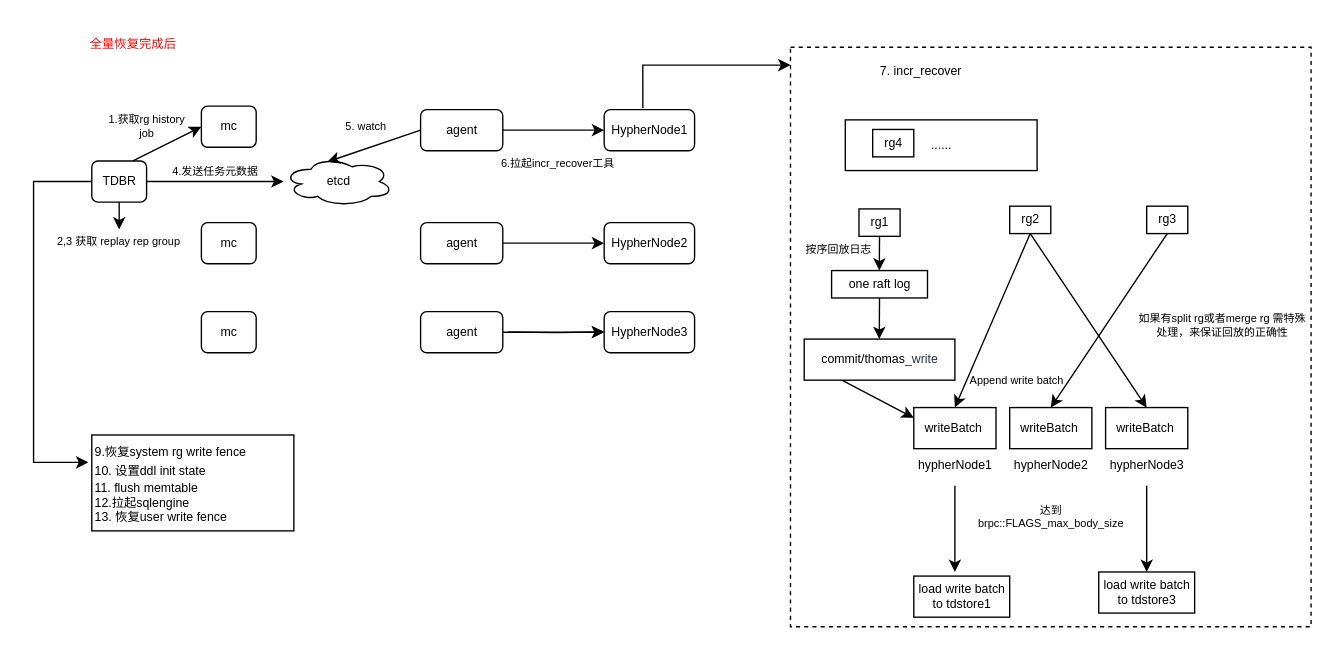
chuchugao2/graph keeps this draw.io diagram as page "增量恢复的总流程" (4 of 4) of 备份恢复.drawio. Above is the earlier version. Source tidied: cells renumbered, new cells numbered last; positions are measured from the earlier drawing's top-left corner, leaving out a move shared by most shapes. Both pictures are drawn from the tidied source at 137%, with x=0, y=0 at pixel (33, 23).
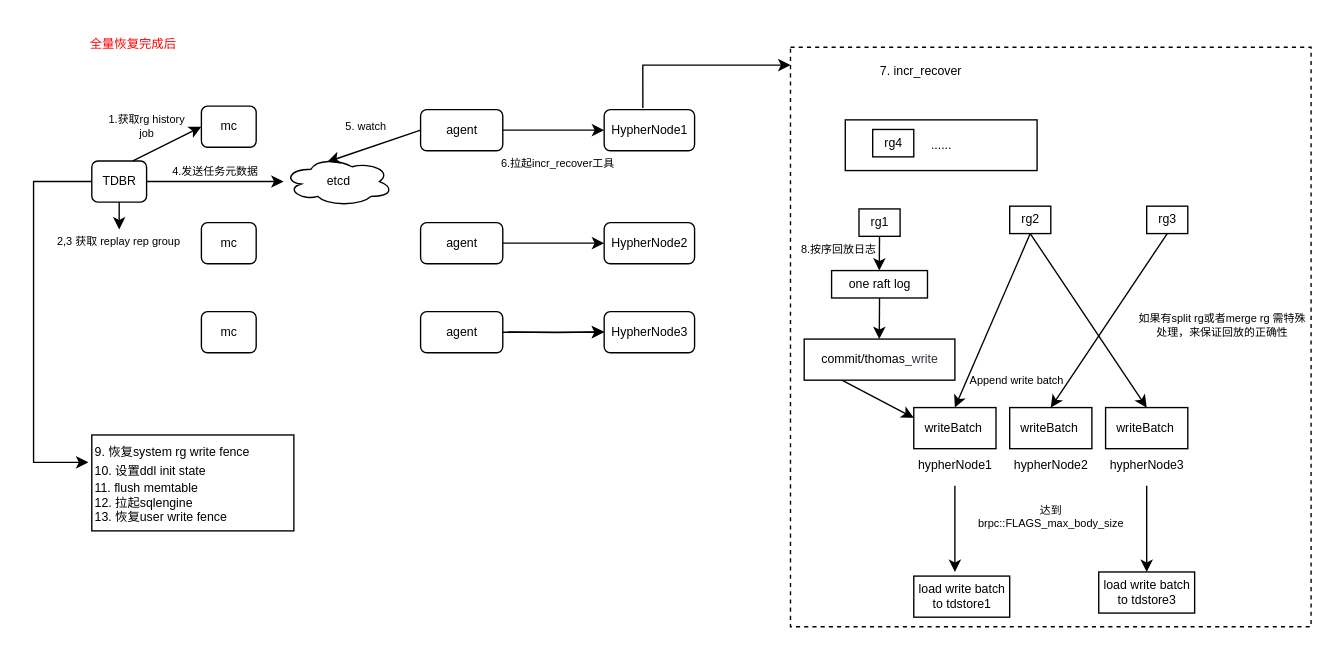
The same diagram, later.

Commit message:
更新备份恢复.drawio

The edit, as a diff of the source:
```diff
@@
-    <mxCell id="40" value="&lt;font style=&quot;font-size: 8px;&quot;&gt;按序回放日志&lt;/font&gt;" style="text;html=1;align=center;verticalAlign=middle;whiteSpace=wrap;rounded=0;fontSize=8;" parent="1" vertex="1">
+    <mxCell id="40" value="&lt;font style=&quot;font-size: 8px;&quot;&gt;8.按序回放日志&lt;/font&gt;" style="text;html=1;align=center;verticalAlign=middle;whiteSpace=wrap;rounded=0;fontSize=8;" parent="1" vertex="1">
       <mxGeometry x="542.5" y="155" width="90" height="20" as="geometry" />
     </mxCell>
@@
-    <mxCell id="57" value="&lt;font style=&quot;font-size: 9px;&quot;&gt;9.恢复system rg write fence&lt;br&gt;10. 设置ddl init state&lt;/font&gt;&lt;div style=&quot;font-size: 9px;&quot;&gt;&lt;font style=&quot;font-size: 9px;&quot;&gt;11. flush memtable&lt;/font&gt;&lt;/div&gt;&lt;div style=&quot;font-size: 9px;&quot;&gt;&lt;font style=&quot;font-size: 9px;&quot;&gt;12.拉起sqlengine&amp;nbsp;&lt;br&gt;13. 恢复user write fence&lt;/font&gt;&lt;/div&gt;" style="rounded=0;whiteSpace=wrap;html=1;align=left;" parent="1" vertex="1">
+    <mxCell id="57" value="&lt;font style=&quot;font-size: 9px;&quot;&gt;9. 恢复system rg write fence&lt;br&gt;10. 设置ddl init state&lt;/font&gt;&lt;div style=&quot;font-size: 9px;&quot;&gt;&lt;font style=&quot;font-size: 9px;&quot;&gt;11. flush memtable&lt;/font&gt;&lt;/div&gt;&lt;div style=&quot;font-size: 9px;&quot;&gt;&lt;font style=&quot;font-size: 9px;&quot;&gt;12. 拉起sqlengine&amp;nbsp;&lt;br&gt;13. 恢复user write fence&lt;/font&gt;&lt;/div&gt;" style="rounded=0;whiteSpace=wrap;html=1;align=left;" parent="1" vertex="1">
       <mxGeometry x="42.5" y="300" width="147.5" height="70" as="geometry" />
     </mxCell>
```
